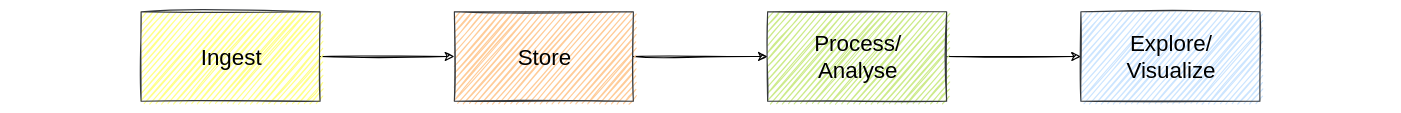
Before: content/files/data_lifecycle.svg, a diagram exported from draw.io (TheRealMattDunn/mattdunn.info). Source tidied: cells renumbered, new cells last; positions are measured from the earlier drawing's top-left corner, leaving out a move shared by most shapes. Its diagram source:
```xml
<mxGraphModel>
  <root>
    <mxCell id="0" />
    <mxCell id="1" parent="0" />
    <mxCell id="2" style="edgeStyle=none;html=1;fontSize=20;" parent="1" edge="1" source="3" target="5">
      <mxGeometry relative="1" as="geometry" />
    </mxCell>
    <mxCell id="3" value="Ingest" style="rounded=0;whiteSpace=wrap;html=1;fontSize=20;fillColor=#ffff88;strokeColor=#36393d;" parent="1" vertex="1">
      <mxGeometry width="160" height="80" as="geometry" />
    </mxCell>
    <mxCell id="4" style="edgeStyle=none;html=1;fontSize=20;" parent="1" edge="1" source="5" target="7">
      <mxGeometry relative="1" as="geometry" />
    </mxCell>
    <mxCell id="5" value="Store" style="rounded=0;whiteSpace=wrap;html=1;fontSize=20;fillColor=#ffcc99;strokeColor=#36393d;" parent="1" vertex="1">
      <mxGeometry x="280" width="160" height="80" as="geometry" />
    </mxCell>
    <mxCell id="6" style="edgeStyle=none;html=1;fontSize=20;" parent="1" edge="1" source="7" target="8">
      <mxGeometry relative="1" as="geometry" />
    </mxCell>
    <mxCell id="7" value="Process/&lt;br&gt;Analyse" style="rounded=0;whiteSpace=wrap;html=1;fontSize=20;fillColor=#cdeb8b;strokeColor=#36393d;" parent="1" vertex="1">
      <mxGeometry x="560" width="160" height="80" as="geometry" />
    </mxCell>
    <mxCell id="8" value="Explore/&lt;br&gt;Visualize" style="rounded=0;whiteSpace=wrap;html=1;fontSize=20;fillColor=#cce5ff;strokeColor=#36393d;" parent="1" vertex="1">
      <mxGeometry x="840" width="160" height="80" as="geometry" />
    </mxCell>
  </root>
</mxGraphModel>
```
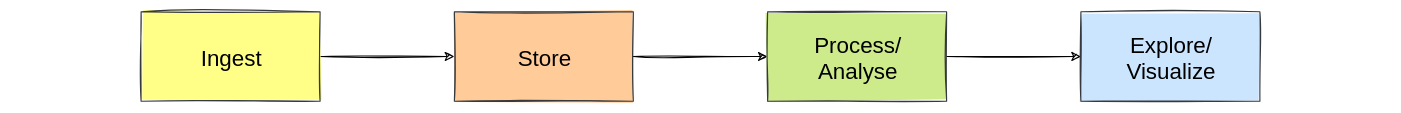
After the commit.

Change to the diagram source:
```diff
@@ -5,22 +5,22 @@
     <mxCell id="2" style="edgeStyle=none;html=1;fontSize=20;" parent="1" edge="1" source="3" target="5">
       <mxGeometry relative="1" as="geometry" />
     </mxCell>
-    <mxCell id="3" value="Ingest" style="rounded=0;whiteSpace=wrap;html=1;fontSize=20;fillColor=#ffff88;strokeColor=#36393d;" parent="1" vertex="1">
+    <mxCell id="3" value="Ingest" style="rounded=0;whiteSpace=wrap;html=1;fontSize=20;fillColor=#ffff88;strokeColor=#36393d;sketch=1;fillStyle=solid;" parent="1" vertex="1">
       <mxGeometry width="160" height="80" as="geometry" />
     </mxCell>
     <mxCell id="4" style="edgeStyle=none;html=1;fontSize=20;" parent="1" edge="1" source="5" target="7">
       <mxGeometry relative="1" as="geometry" />
     </mxCell>
-    <mxCell id="5" value="Store" style="rounded=0;whiteSpace=wrap;html=1;fontSize=20;fillColor=#ffcc99;strokeColor=#36393d;" parent="1" vertex="1">
+    <mxCell id="5" value="Store" style="rounded=0;whiteSpace=wrap;html=1;fontSize=20;fillColor=#ffcc99;strokeColor=#36393d;sketch=1;fillStyle=solid;" parent="1" vertex="1">
       <mxGeometry x="280" width="160" height="80" as="geometry" />
     </mxCell>
     <mxCell id="6" style="edgeStyle=none;html=1;fontSize=20;" parent="1" edge="1" source="7" target="8">
       <mxGeometry relative="1" as="geometry" />
     </mxCell>
-    <mxCell id="7" value="Process/&lt;br&gt;Analyse" style="rounded=0;whiteSpace=wrap;html=1;fontSize=20;fillColor=#cdeb8b;strokeColor=#36393d;" parent="1" vertex="1">
+    <mxCell id="7" value="Process/&lt;br&gt;Analyse" style="rounded=0;whiteSpace=wrap;html=1;fontSize=20;fillColor=#cdeb8b;strokeColor=#36393d;sketch=1;fillStyle=solid;" parent="1" vertex="1">
       <mxGeometry x="560" width="160" height="80" as="geometry" />
     </mxCell>
-    <mxCell id="8" value="Explore/&lt;br&gt;Visualize" style="rounded=0;whiteSpace=wrap;html=1;fontSize=20;fillColor=#cce5ff;strokeColor=#36393d;" parent="1" vertex="1">
+    <mxCell id="8" value="Explore/&lt;br&gt;Visualize" style="rounded=0;whiteSpace=wrap;html=1;fontSize=20;fillColor=#cce5ff;strokeColor=#36393d;sketch=1;fillStyle=solid;" parent="1" vertex="1">
       <mxGeometry x="840" width="160" height="80" as="geometry" />
     </mxCell>
   </root>
```
